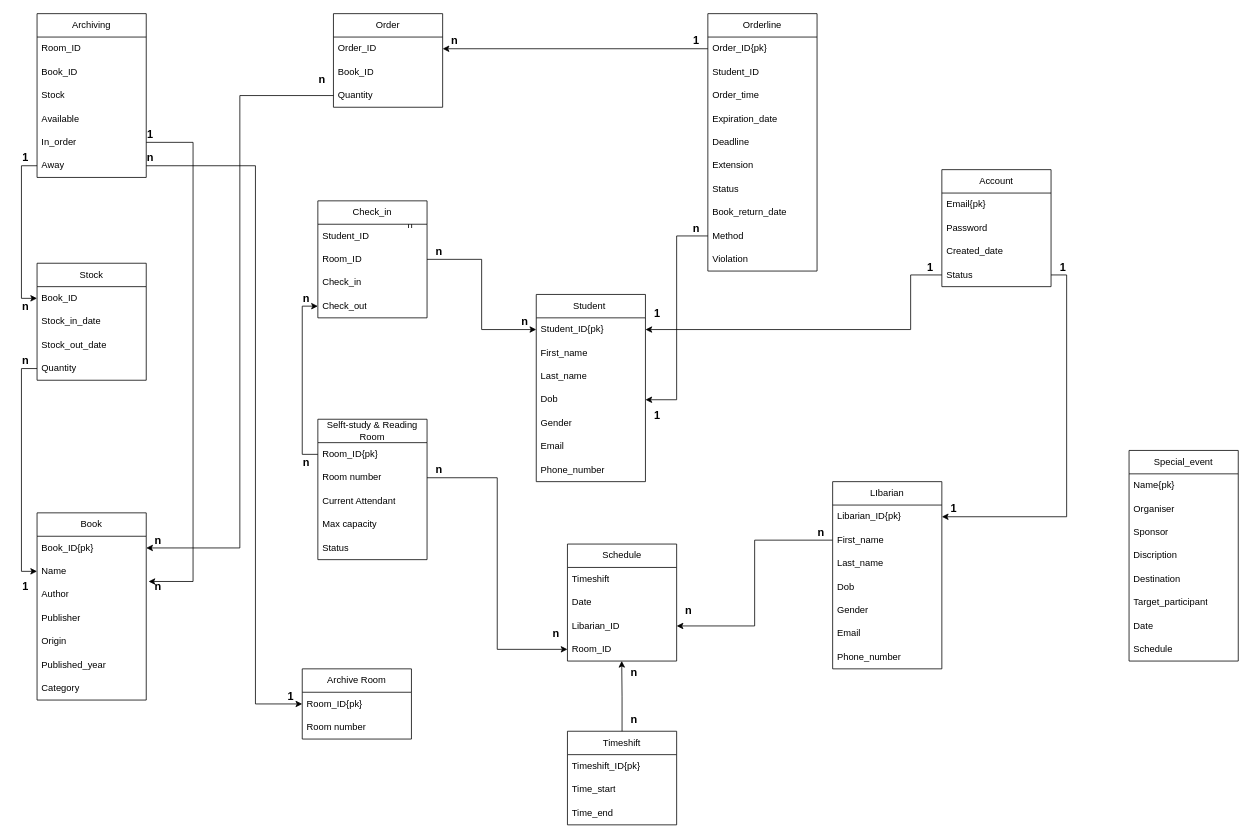
The draw.io diagram table_relations.drawio in Dovanvu09/LibraryManagement, before the edit. Source tidied: cells renumbered, new cells numbered last; positions are measured from the earlier drawing's top-left corner, leaving out a move shared by most shapes. Both pictures are drawn from the tidied source at 78%, with x=0, y=0 at pixel (13, 13).
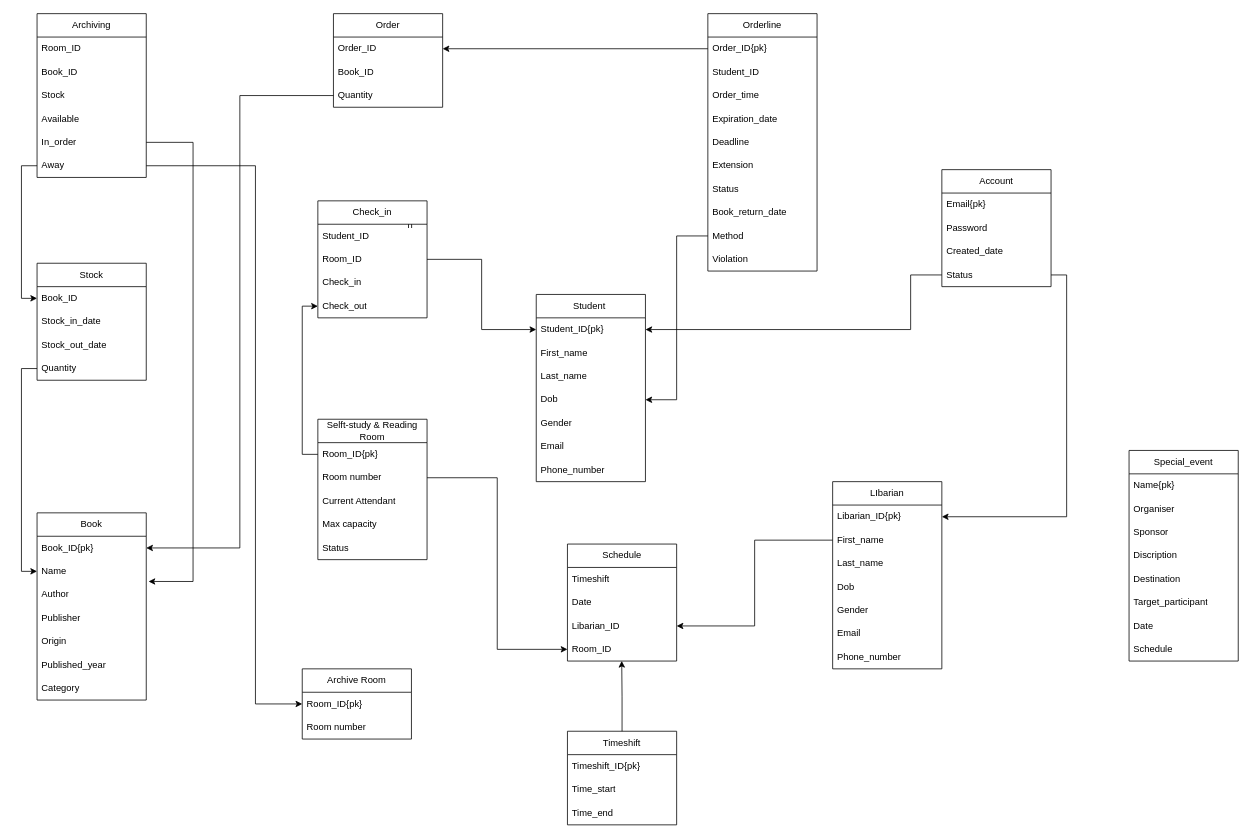
Above is the later version.

Commit message:
Cập nhật table_relations.drawio

The edit, as a diff of the source:
```diff
@@
-    <mxCell id="99" value="&lt;font style=&quot;font-size: 14px;&quot;&gt;&lt;b&gt;n&lt;/b&gt;&lt;/font&gt;" style="text;html=1;align=center;verticalAlign=middle;strokeColor=none;fillColor=none;" parent="1" vertex="1">
-      <mxGeometry x="170" y="660" width="30" height="30" as="geometry" />
-    </mxCell>
-    <mxCell id="100" value="&lt;font style=&quot;font-size: 14px;&quot;&gt;&lt;b&gt;1&lt;/b&gt;&lt;/font&gt;" style="text;html=1;align=center;verticalAlign=middle;strokeColor=none;fillColor=none;" parent="1" vertex="1">
-      <mxGeometry x="340" y="860" width="30" height="30" as="geometry" />
-    </mxCell>
-    <mxCell id="101" value="&lt;font style=&quot;font-size: 14px;&quot;&gt;&lt;b&gt;n&lt;/b&gt;&lt;/font&gt;" style="text;html=1;align=center;verticalAlign=middle;strokeColor=none;fillColor=none;" parent="1" vertex="1">
-      <mxGeometry x="1020" y="650" width="30" height="30" as="geometry" />
-    </mxCell>
-    <mxCell id="102" value="&lt;font style=&quot;font-size: 14px;&quot;&gt;&lt;b&gt;n&lt;/b&gt;&lt;/font&gt;" style="text;html=1;align=center;verticalAlign=middle;strokeColor=none;fillColor=none;" parent="1" vertex="1">
-      <mxGeometry x="530" y="570" width="30" height="30" as="geometry" />
-    </mxCell>
-    <mxCell id="103" value="&lt;font style=&quot;font-size: 14px;&quot;&gt;&lt;b&gt;n&lt;/b&gt;&lt;/font&gt;" style="text;html=1;align=center;verticalAlign=middle;strokeColor=none;fillColor=none;" parent="1" vertex="1">
-      <mxGeometry x="640" y="380" width="30" height="30" as="geometry" />
-    </mxCell>
-    <mxCell id="104" value="&lt;font style=&quot;font-size: 14px;&quot;&gt;&lt;b&gt;n&lt;/b&gt;&lt;/font&gt;" style="text;html=1;align=center;verticalAlign=middle;strokeColor=none;fillColor=none;" parent="1" vertex="1">
-      <mxGeometry x="530" y="290" width="30" height="30" as="geometry" />
-    </mxCell>
-    <mxCell id="105" value="&lt;font style=&quot;font-size: 14px;&quot;&gt;&lt;b&gt;n&lt;/b&gt;&lt;/font&gt;" style="text;html=1;align=center;verticalAlign=middle;strokeColor=none;fillColor=none;" parent="1" vertex="1">
-      <mxGeometry x="360" y="350" width="30" height="30" as="geometry" />
-    </mxCell>
-    <mxCell id="106" value="&lt;font style=&quot;font-size: 14px;&quot;&gt;&lt;b&gt;n&lt;/b&gt;&lt;/font&gt;" style="text;html=1;align=center;verticalAlign=middle;strokeColor=none;fillColor=none;" parent="1" vertex="1">
-      <mxGeometry x="360" y="560" width="30" height="30" as="geometry" />
-    </mxCell>
-    <mxCell id="107" value="&lt;font style=&quot;font-size: 14px;&quot;&gt;&lt;b&gt;n&lt;/b&gt;&lt;/font&gt;" style="text;html=1;align=center;verticalAlign=middle;strokeColor=none;fillColor=none;" parent="1" vertex="1">
-      <mxGeometry x="860" y="260" width="30" height="30" as="geometry" />
-    </mxCell>
-    <mxCell id="108" value="&lt;font style=&quot;font-size: 14px;&quot;&gt;&lt;b&gt;1&lt;/b&gt;&lt;/font&gt;" style="text;html=1;align=center;verticalAlign=middle;strokeColor=none;fillColor=none;" parent="1" vertex="1">
-      <mxGeometry x="810" y="500" width="30" height="30" as="geometry" />
-    </mxCell>
-    <mxCell id="109" value="&lt;font style=&quot;font-size: 14px;&quot;&gt;&lt;b&gt;1&lt;/b&gt;&lt;/font&gt;" style="text;html=1;align=center;verticalAlign=middle;strokeColor=none;fillColor=none;" parent="1" vertex="1">
-      <mxGeometry x="810" y="370" width="30" height="30" as="geometry" />
-    </mxCell>
-    <mxCell id="110" value="&lt;font style=&quot;font-size: 14px;&quot;&gt;&lt;b&gt;1&lt;/b&gt;&lt;/font&gt;" style="text;html=1;align=center;verticalAlign=middle;strokeColor=none;fillColor=none;" parent="1" vertex="1">
-      <mxGeometry x="1160" y="310" width="30" height="30" as="geometry" />
-    </mxCell>
-    <mxCell id="111" value="&lt;font style=&quot;font-size: 14px;&quot;&gt;&lt;b&gt;1&lt;/b&gt;&lt;/font&gt;" style="text;html=1;align=center;verticalAlign=middle;strokeColor=none;fillColor=none;" parent="1" vertex="1">
-      <mxGeometry x="1330" y="310" width="30" height="30" as="geometry" />
-    </mxCell>
-    <mxCell id="112" value="&lt;font style=&quot;font-size: 14px;&quot;&gt;&lt;b&gt;1&lt;/b&gt;&lt;/font&gt;" style="text;html=1;align=center;verticalAlign=middle;strokeColor=none;fillColor=none;" parent="1" vertex="1">
-      <mxGeometry x="1190" y="620" width="30" height="30" as="geometry" />
-    </mxCell>
-    <mxCell id="113" value="&lt;font style=&quot;font-size: 14px;&quot;&gt;&lt;b&gt;n&lt;/b&gt;&lt;/font&gt;" style="text;html=1;align=center;verticalAlign=middle;strokeColor=none;fillColor=none;" parent="1" vertex="1">
-      <mxGeometry x="550" y="20" width="30" height="30" as="geometry" />
-    </mxCell>
-    <mxCell id="114" value="&lt;font style=&quot;font-size: 14px;&quot;&gt;&lt;b&gt;1&lt;/b&gt;&lt;/font&gt;" style="text;html=1;align=center;verticalAlign=middle;strokeColor=none;fillColor=none;" parent="1" vertex="1">
-      <mxGeometry x="860" y="20" width="30" height="30" as="geometry" />
-    </mxCell>
@@
-    <mxCell id="116" value="&lt;font style=&quot;font-size: 14px;&quot;&gt;&lt;b&gt;n&lt;/b&gt;&lt;/font&gt;" style="text;html=1;align=center;verticalAlign=middle;strokeColor=none;fillColor=none;" parent="1" vertex="1">
-      <mxGeometry x="170" y="720" width="30" height="30" as="geometry" />
-    </mxCell>
-    <mxCell id="117" value="&lt;font style=&quot;font-size: 14px;&quot;&gt;&lt;b&gt;n&lt;/b&gt;&lt;/font&gt;" style="text;html=1;align=center;verticalAlign=middle;strokeColor=none;fillColor=none;" parent="1" vertex="1">
-      <mxGeometry x="160" y="170" width="30" height="30" as="geometry" />
-    </mxCell>
-    <mxCell id="118" value="&lt;font style=&quot;font-size: 14px;&quot;&gt;&lt;b&gt;n&lt;/b&gt;&lt;/font&gt;" style="text;html=1;align=center;verticalAlign=middle;strokeColor=none;fillColor=none;" parent="1" vertex="1">
-      <mxGeometry y="430" width="30" height="30" as="geometry" />
-    </mxCell>
-    <mxCell id="119" value="&lt;font style=&quot;font-size: 14px;&quot;&gt;&lt;b&gt;n&lt;/b&gt;&lt;/font&gt;" style="text;html=1;align=center;verticalAlign=middle;strokeColor=none;fillColor=none;" parent="1" vertex="1">
-      <mxGeometry y="360" width="30" height="30" as="geometry" />
-    </mxCell>
-    <mxCell id="120" value="&lt;font style=&quot;font-size: 14px;&quot;&gt;&lt;b&gt;1&lt;/b&gt;&lt;/font&gt;" style="text;html=1;align=center;verticalAlign=middle;strokeColor=none;fillColor=none;" parent="1" vertex="1">
-      <mxGeometry y="720" width="30" height="30" as="geometry" />
-    </mxCell>
-    <mxCell id="121" value="&lt;font style=&quot;font-size: 14px;&quot;&gt;&lt;b&gt;1&lt;/b&gt;&lt;/font&gt;" style="text;html=1;align=center;verticalAlign=middle;strokeColor=none;fillColor=none;" parent="1" vertex="1">
-      <mxGeometry y="170" width="30" height="30" as="geometry" />
-    </mxCell>
@@
-    <mxCell id="127" value="&lt;font style=&quot;font-size: 14px;&quot;&gt;&lt;b&gt;n&lt;/b&gt;&lt;/font&gt;" style="text;html=1;align=center;verticalAlign=middle;strokeColor=none;fillColor=none;" parent="1" vertex="1">
-      <mxGeometry x="680" y="780" width="30" height="30" as="geometry" />
-    </mxCell>
-    <mxCell id="128" value="&lt;font style=&quot;font-size: 14px;&quot;&gt;&lt;b&gt;n&lt;/b&gt;&lt;/font&gt;" style="text;html=1;align=center;verticalAlign=middle;strokeColor=none;fillColor=none;" parent="1" vertex="1">
-      <mxGeometry x="850" y="750" width="30" height="30" as="geometry" />
-    </mxCell>
-    <mxCell id="129" value="&lt;font style=&quot;font-size: 14px;&quot;&gt;&lt;b&gt;n&lt;/b&gt;&lt;/font&gt;" style="text;html=1;align=center;verticalAlign=middle;strokeColor=none;fillColor=none;" parent="1" vertex="1">
-      <mxGeometry x="780" y="890" width="30" height="30" as="geometry" />
-    </mxCell>
-    <mxCell id="130" value="&lt;font style=&quot;font-size: 14px;&quot;&gt;&lt;b&gt;n&lt;/b&gt;&lt;/font&gt;" style="text;html=1;align=center;verticalAlign=middle;strokeColor=none;fillColor=none;" parent="1" vertex="1">
-      <mxGeometry x="780" y="830" width="30" height="30" as="geometry" />
-    </mxCell>
-    <mxCell id="131" value="&lt;font style=&quot;font-size: 14px;&quot;&gt;&lt;b&gt;n&lt;/b&gt;&lt;/font&gt;" style="text;html=1;align=center;verticalAlign=middle;strokeColor=none;fillColor=none;" parent="1" vertex="1">
-      <mxGeometry x="380" y="70" width="30" height="30" as="geometry" />
-    </mxCell>
-    <mxCell id="132" value="&lt;font style=&quot;font-size: 14px;&quot;&gt;&lt;b&gt;1&lt;/b&gt;&lt;/font&gt;" style="text;html=1;align=center;verticalAlign=middle;strokeColor=none;fillColor=none;" parent="1" vertex="1">
-      <mxGeometry x="160" y="140" width="30" height="30" as="geometry" />
-    </mxCell>
```
